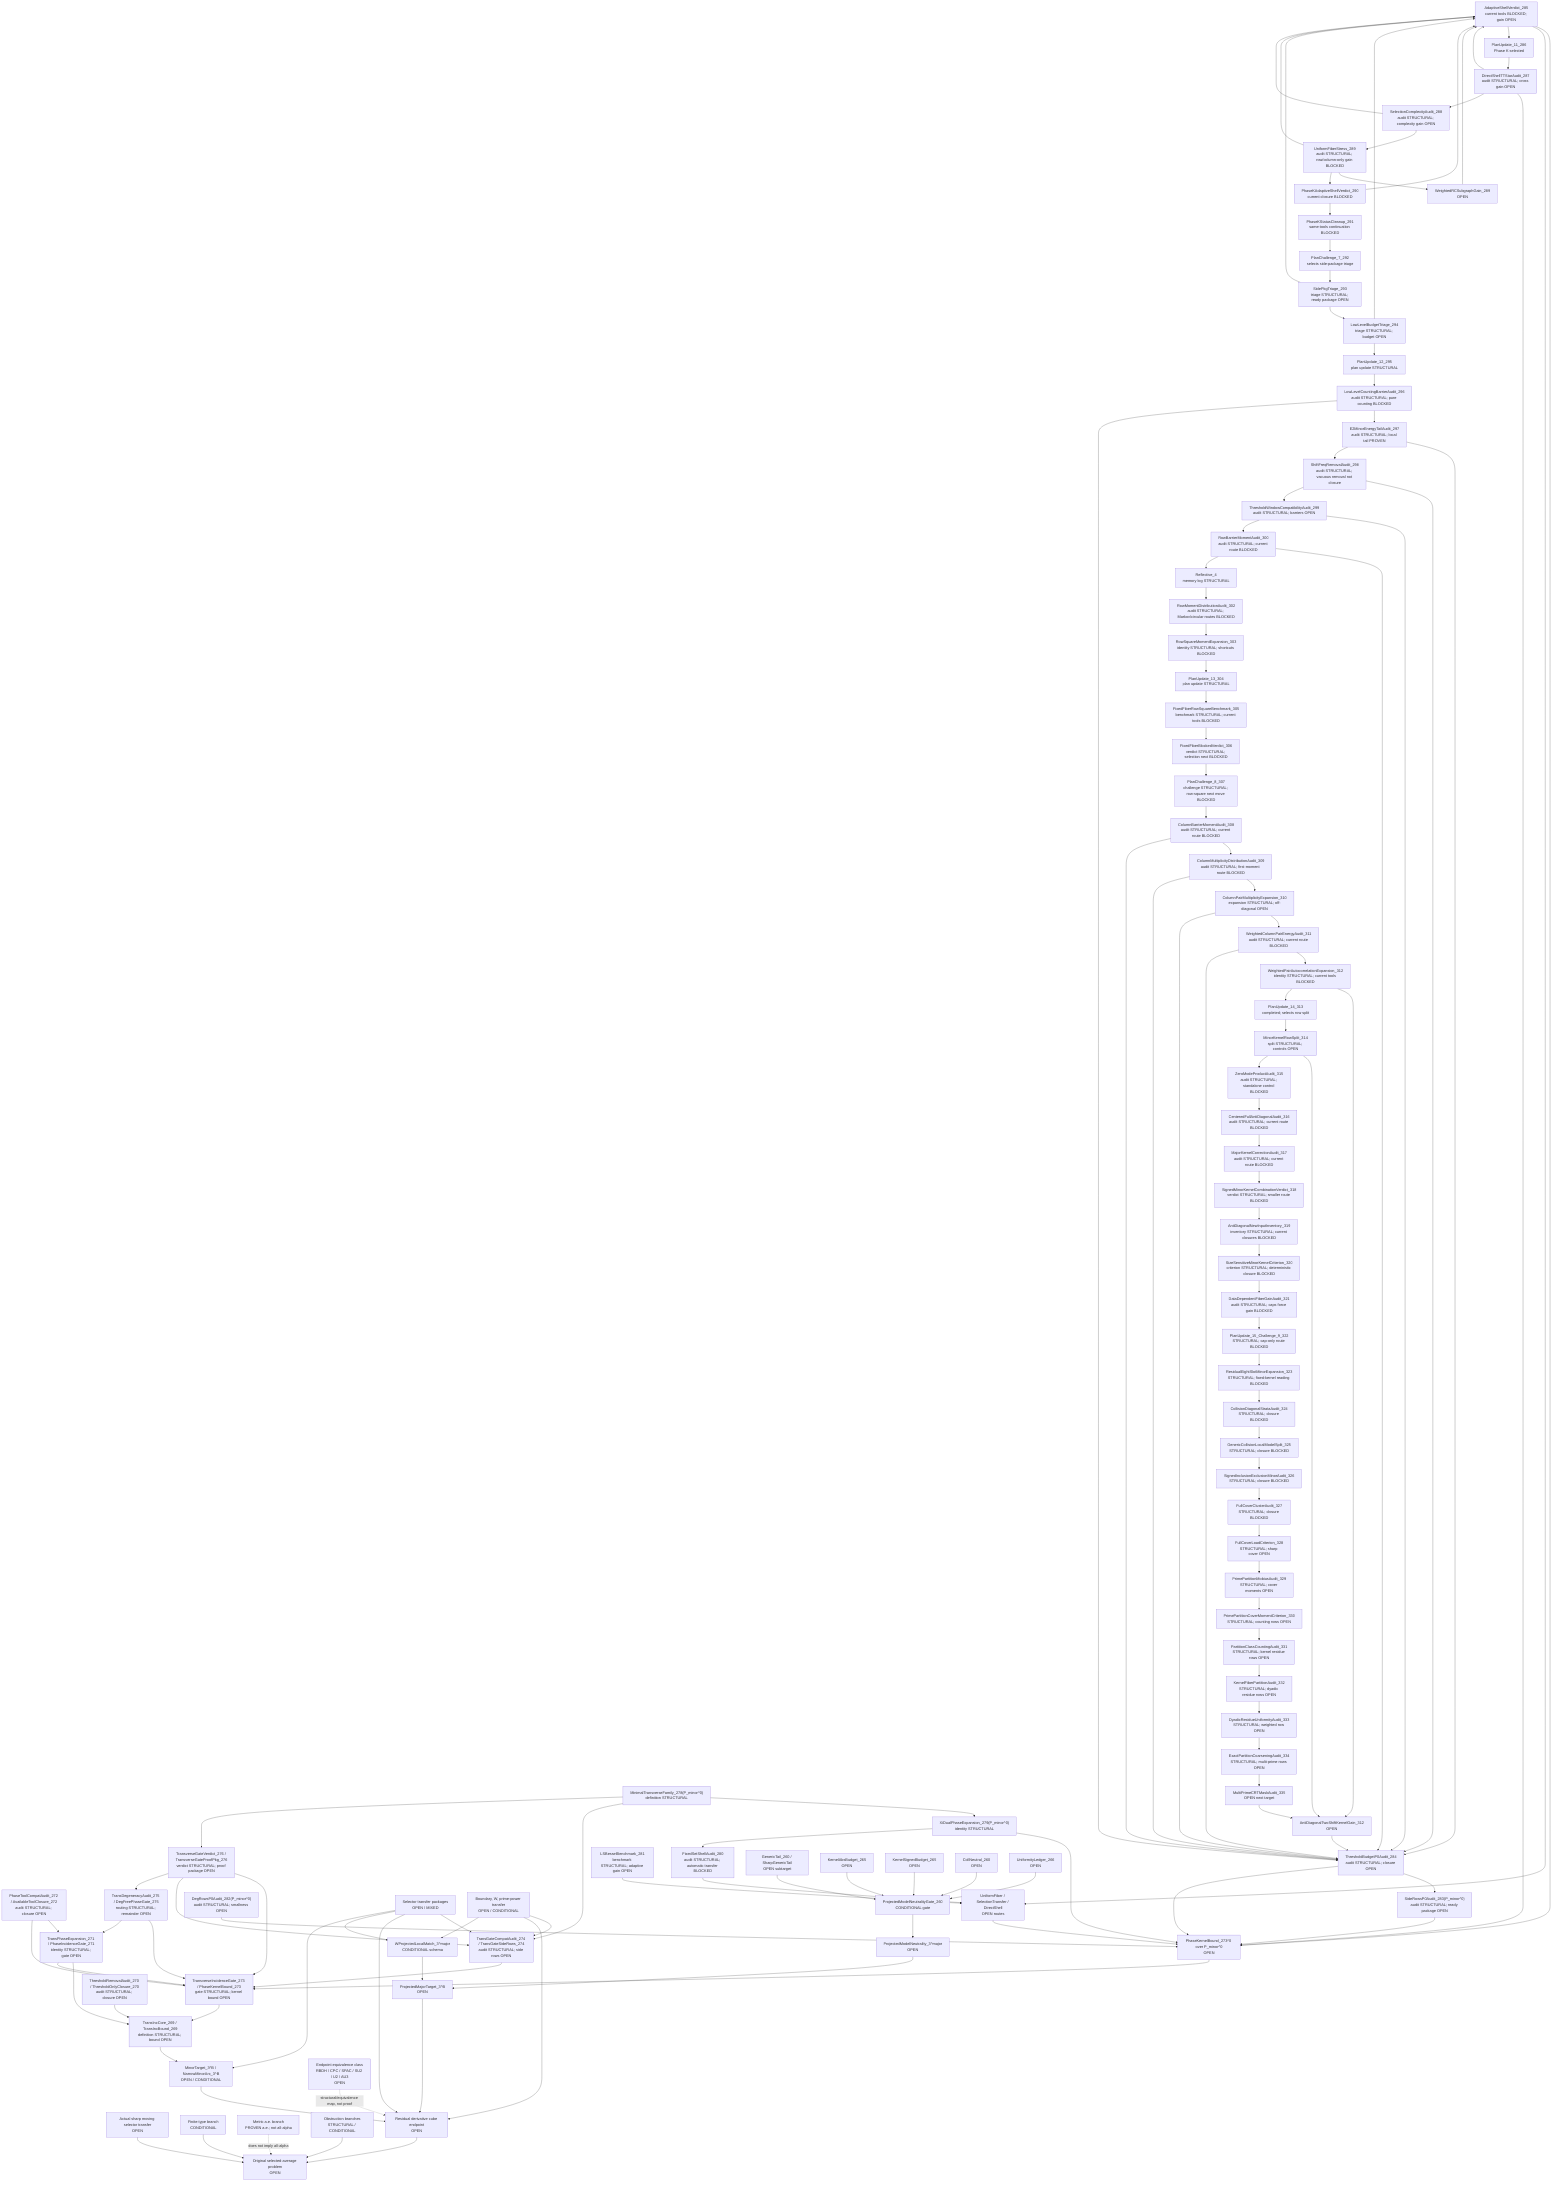
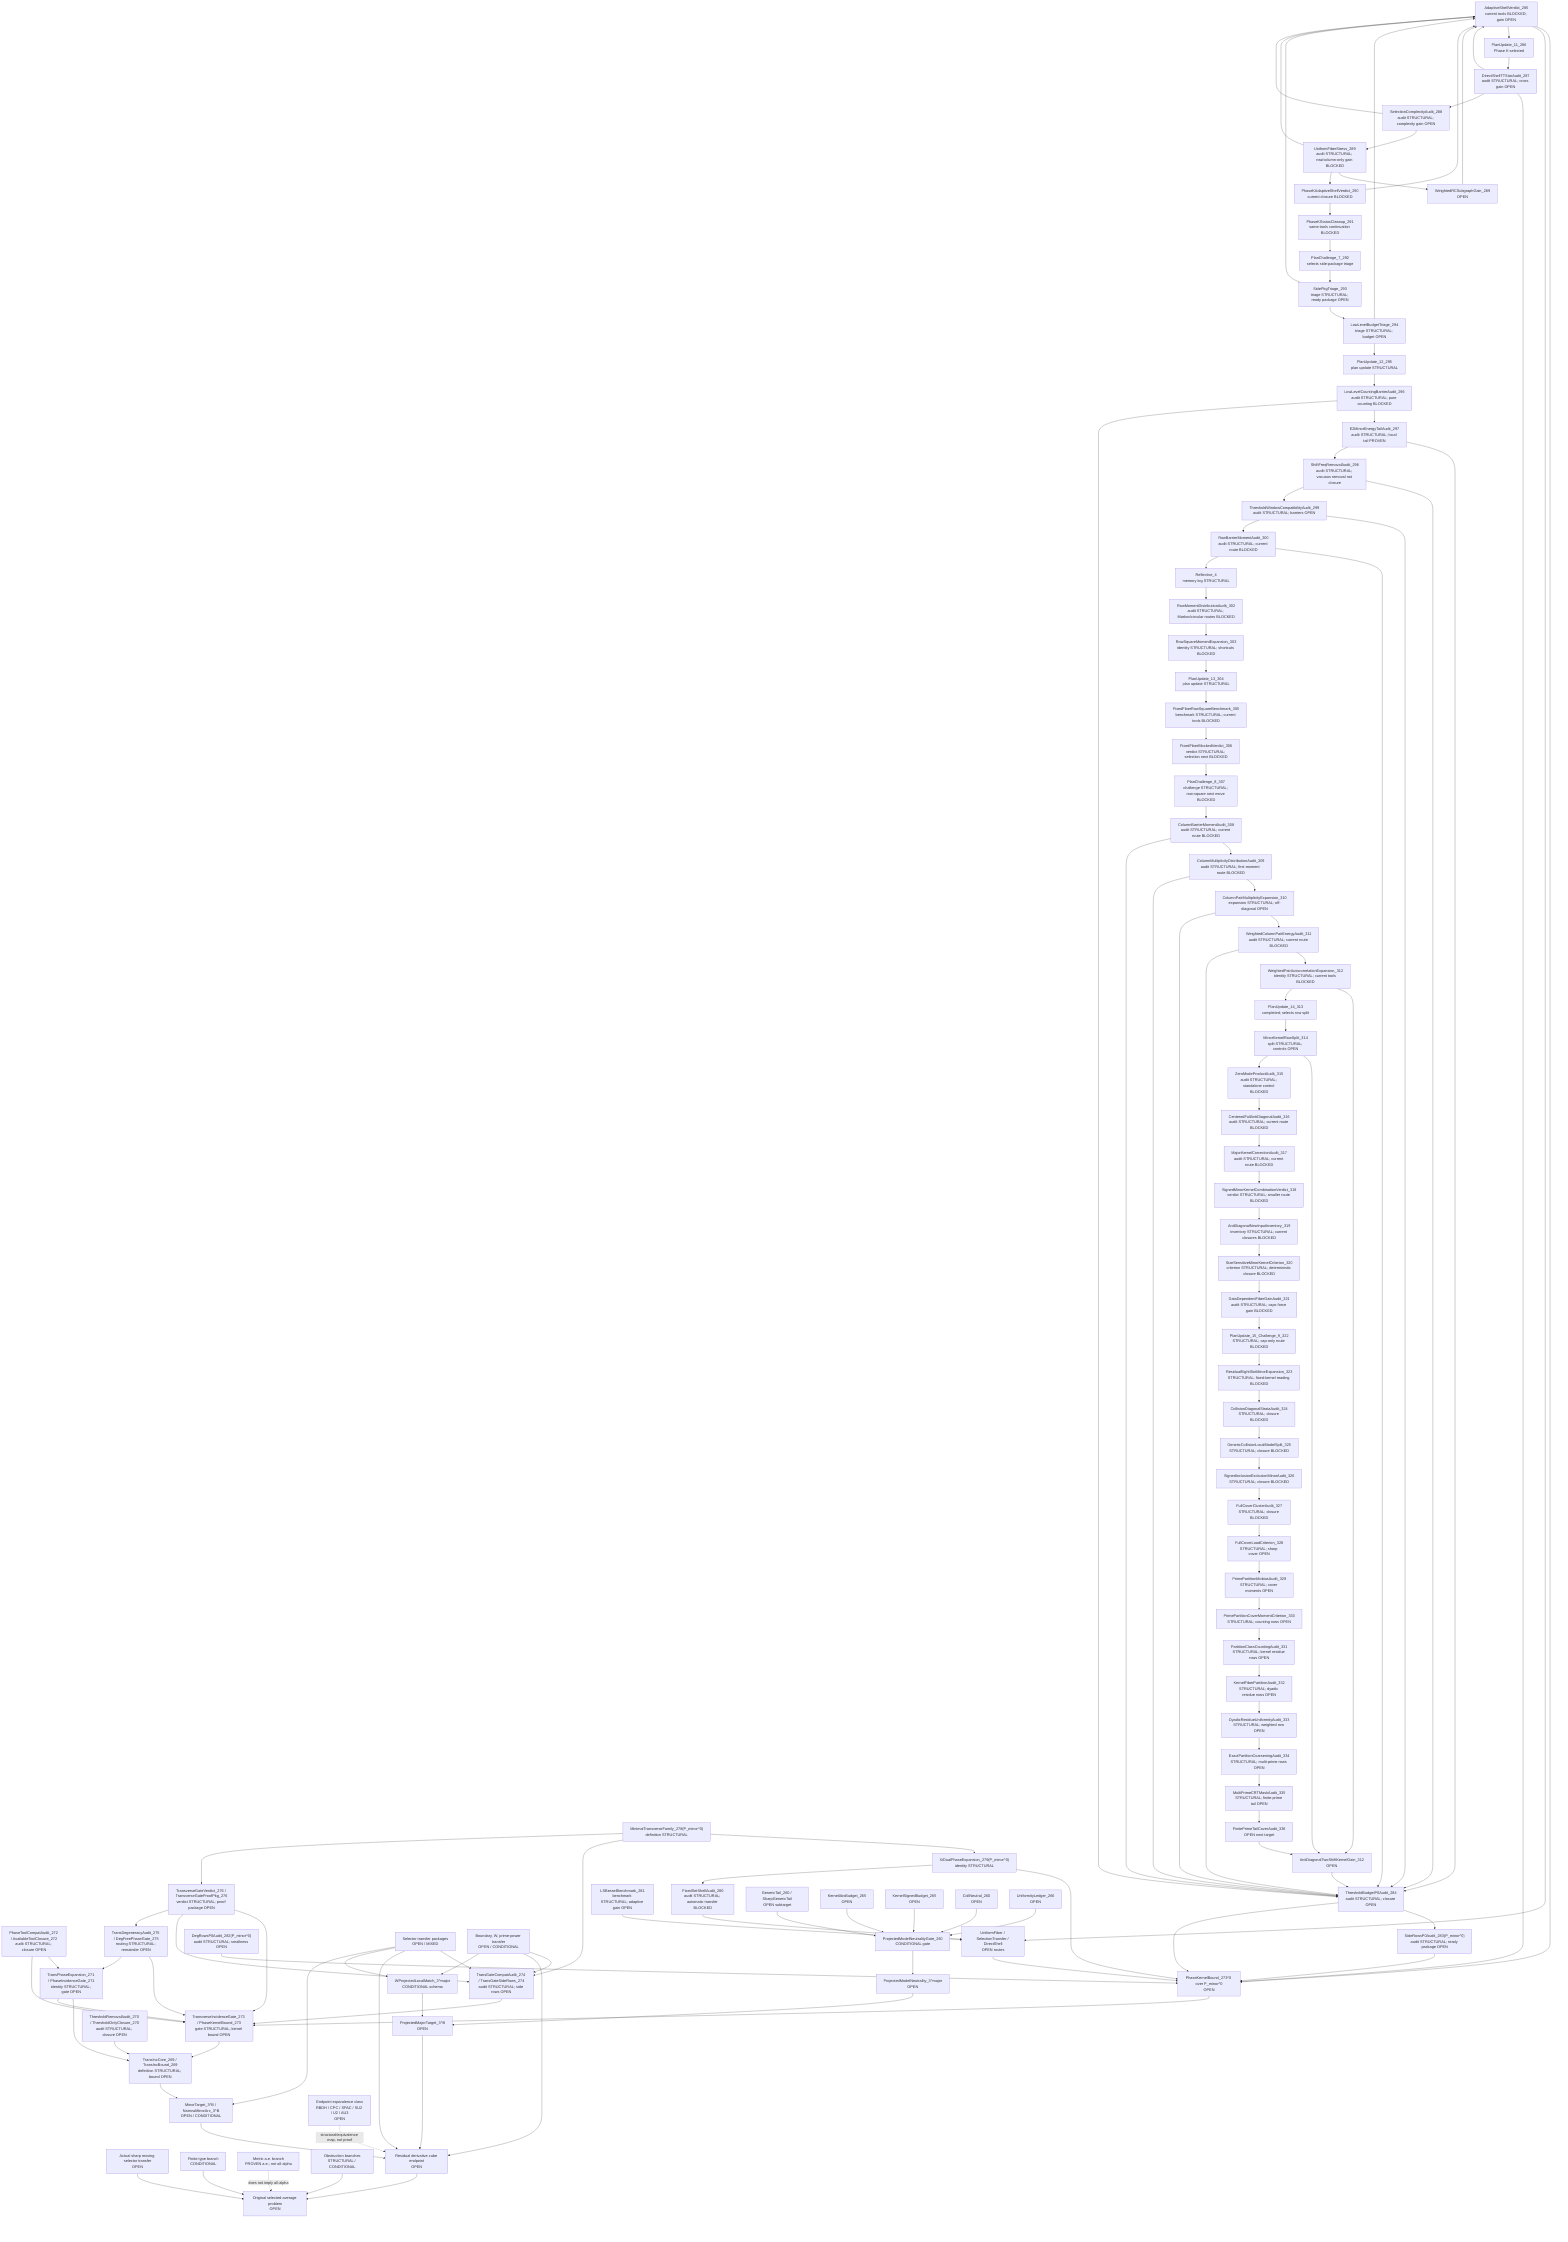
flowchart TD
  Original["Original selected-average problem<br/>OPEN"]
  SharpSel["Actual sharp moving selector transfer<br/>OPEN"]
  FiniteType["Finite-type branch<br/>CONDITIONAL"]
  Metric["Metric a.e. branch<br/>PROVEN a.e.; not all-alpha"]
  Obstruction["Obstruction branches<br/>STRUCTURAL / CONDITIONAL"]

  ResCube["Residual derivative cube endpoint<br/>OPEN"]
  MajorTarget["ProjectedMajorTarget_3^B<br/>OPEN"]
  MinorTarget["MinorTarget_3^B / NarrowMinorArc_3^B<br/>OPEN / CONDITIONAL"]
  TransInc["TransIncCore_269 / TransIncBound_269<br/>definition STRUCTURAL; bound OPEN"]
  ThresholdAudit["ThresholdRemovalAudit_270 / ThresholdOnlyClosure_270<br/>audit STRUCTURAL; closure OPEN"]
  PhaseExpansion["TransPhaseExpansion_271 / PhaseIncidenceGate_271<br/>identity STRUCTURAL; gate OPEN"]
  ToolCompat["PhaseToolCompatAudit_272 / AvailableToolClosure_272<br/>audit STRUCTURAL; closure OPEN"]
  TransGate["TransverseIncidenceGate_273 / PhaseKernelBound_273<br/>gate STRUCTURAL; kernel bound OPEN"]
  TransGateCompat["TransGateCompatAudit_274 / TransGateSideRows_274<br/>audit STRUCTURAL; side rows OPEN"]
  DegAudit["TransDegeneracyAudit_275 / DegFreePhaseGate_275<br/>routing STRUCTURAL; remainder OPEN"]
  TransVerdict["TransverseGateVerdict_276 / TransverseGateProofPkg_276<br/>verdict STRUCTURAL; proof package OPEN"]
  MinTransFamily["MinimalTransverseFamily_278(P_minor^0)<br/>definition STRUCTURAL"]
  XiExpansion["XiDualPhaseExpansion_279(P_minor^0)<br/>identity STRUCTURAL"]
  FixedShellAudit["FixedSetShellAudit_280<br/>audit STRUCTURAL; automatic transfer BLOCKED"]
  FixedShellTransfer["UniformFiber / SelectionTransfer / DirectShell<br/>OPEN routes"]
  LSBesselBench["LSBesselBenchmark_281<br/>benchmark STRUCTURAL; adaptive gain OPEN"]
  DegRowsP0["DegRowsP0Audit_282(P_minor^0)<br/>audit STRUCTURAL; smallness OPEN"]
  SideRowsP0["SideRowsP0Audit_283(P_minor^0)<br/>audit STRUCTURAL; ready package OPEN"]
  ThresholdP0["ThresholdBudgetP0Audit_284<br/>audit STRUCTURAL; closure OPEN"]
  AdaptiveShellP0["AdaptiveShellVerdict_285<br/>current tools BLOCKED; gain OPEN"]
  PlanUpdate11["PlanUpdate_11_286<br/>Phase K selected"]
  DirectTTStar["DirectShellTTStarAudit_287<br/>audit STRUCTURAL; cross gain OPEN"]
  SelectionComplexity["SelectionComplexityAudit_288<br/>audit STRUCTURAL; complexity gain OPEN"]
  UniformFiberStress["UniformFiberStress_289<br/>audit STRUCTURAL; row/column-only gain BLOCKED"]
  WeightedRCSubgraph["WeightedRCSubgraphGain_289<br/>OPEN"]
  AdaptiveVerdict290["PhaseKAdaptiveShellVerdict_290<br/>current closure BLOCKED"]
  PhaseKCleanup291["PhaseKStatusCleanup_291<br/>same-tools continuation BLOCKED"]
  PlanChallenge7["PlanChallenge_7_292<br/>selects side-package triage"]
  SidePkgTriage293["SidePkgTriage_293<br/>triage STRUCTURAL; ready package OPEN"]
  LowLevelTriage294["LowLevelBudgetTriage_294<br/>triage STRUCTURAL; budget OPEN"]
  PlanUpdate12["PlanUpdate_12_295<br/>plan update STRUCTURAL"]
  LowLevelBarrier296["LowLevelCountingBarrierAudit_296<br/>audit STRUCTURAL; pure counting BLOCKED"]
  E2Tail297["E2MinorEnergyTailAudit_297<br/>audit STRUCTURAL; local tail PROVEN"]
  ShiftFreq298["ShiftFreqRemovalAudit_298<br/>audit STRUCTURAL; vacuous removal not closure"]
  ThresholdWindow299["ThresholdWindowCompatibilityAudit_299<br/>audit STRUCTURAL; barriers OPEN"]
  RowBarrier300["RowBarrierMomentAudit_300<br/>audit STRUCTURAL; current route BLOCKED"]
  Reflective4["Reflective_4<br/>memory log STRUCTURAL"]
  RowMoment302["RowMomentDistributionAudit_302<br/>audit STRUCTURAL; Markov/circular routes BLOCKED"]
  RowSquare303["RowSquareMomentExpansion_303<br/>identity STRUCTURAL; shortcuts BLOCKED"]
  PlanUpdate13["PlanUpdate_13_304<br/>plan update STRUCTURAL"]
  FixedFiber305["FixedFiberRowSquareBenchmark_305<br/>benchmark STRUCTURAL; current tools BLOCKED"]
  FixedFiber306["FixedFiberBlockedVerdict_306<br/>verdict STRUCTURAL; selection next BLOCKED"]
  PlanChallenge8["PlanChallenge_8_307<br/>challenge STRUCTURAL; row-square next move BLOCKED"]
  ColumnBarrier308["ColumnBarrierMomentAudit_308<br/>audit STRUCTURAL; current route BLOCKED"]
  ColumnDist309["ColumnMultiplicityDistributionAudit_309<br/>audit STRUCTURAL; first-moment route BLOCKED"]
  ColumnPair310["ColumnPairMultiplicityExpansion_310<br/>expansion STRUCTURAL; off-diagonal OPEN"]
  WPair311["WeightedColumnPairEnergyAudit_311<br/>audit STRUCTURAL; current route BLOCKED"]
  AutoCorr312["WeightedPairAutocorrelationExpansion_312<br/>identity STRUCTURAL; current tools BLOCKED"]
  AntiDiag312["AntiDiagonalTwoShiftKernelGain_312<br/>OPEN"]
  PlanUpdate14["PlanUpdate_14_313<br/>completed; selects row split"]
  MinorKernel314["MinorKernelRowSplit_314<br/>split STRUCTURAL; controls OPEN"]
  ZeroAudit315["ZeroModeProductAudit_315<br/>audit STRUCTURAL; standalone control BLOCKED"]
  CenteredFull316["CenteredFullAntiDiagonalAudit_316<br/>audit STRUCTURAL; current route BLOCKED"]
  MajorCorr317["MajorKernelCorrectionAudit_317<br/>audit STRUCTURAL; current route BLOCKED"]
  SignedVerdict318["SignedMinorKernelCombinationVerdict_318<br/>verdict STRUCTURAL; smaller route BLOCKED"]
  NewInput319["AntiDiagonalNewInputInventory_319<br/>inventory STRUCTURAL; current closures BLOCKED"]
  SizeSensitive320["SizeSensitiveMinorKernelCriterion_320<br/>criterion STRUCTURAL; deterministic closure BLOCKED"]
  FiberGain321["DataDependentFiberGainAudit_321<br/>audit STRUCTURAL; caps force gain BLOCKED"]
  Plan322["PlanUpdate_15_Challenge_9_322<br/>STRUCTURAL; cap-only route BLOCKED"]
  ResidualEight323["ResidualEightSlotMinorExpansion_323<br/>STRUCTURAL; fixed-kernel reading BLOCKED"]
  Collision324["CollisionDiagonalStrataAudit_324<br/>STRUCTURAL; closure BLOCKED"]
  GenericSplit325["GenericCollisionLocalModelSplit_325<br/>STRUCTURAL; closure BLOCKED"]
  SignedIE326["SignedInclusionExclusionMinorAudit_326<br/>STRUCTURAL; closure BLOCKED"]
  FullCover327["FullCoverClusterAudit_327<br/>STRUCTURAL; closure BLOCKED"]
  CoverLoad328["FullCoverLoadCriterion_328<br/>STRUCTURAL; sharp cover OPEN"]
  PrimeMobius329["PrimePartitionMobiusAudit_329<br/>STRUCTURAL; cover moments OPEN"]
  CoverMoment330["PrimePartitionCoverMomentCriterion_330<br/>STRUCTURAL; counting rows OPEN"]
  PartitionCount331["PartitionClassCountingAudit_331<br/>STRUCTURAL; kernel residue rows OPEN"]
  KernelFiber332["KernelFiberPartitionAudit_332<br/>STRUCTURAL; dyadic residue rows OPEN"]
  Dyadic333["DyadicResidueUniformityAudit_333<br/>STRUCTURAL; weighted row OPEN"]
  Coarsening334["ExactPartitionCoarseningAudit_334<br/>STRUCTURAL; multi-prime rows OPEN"]
-   CRTMask335["MultiPrimeCRTMaskAudit_335<br/>OPEN next target"]
+   CRTMask335["MultiPrimeCRTMaskAudit_335<br/>STRUCTURAL; finite-prime tail OPEN"]
+   Tail336["FinitePrimeTailCoverAudit_336<br/>OPEN next target"]
  PhaseKernel0["PhaseKernelBound_273^0 over P_minor^0<br/>OPEN"]
  SelectorTransfer["Selector transfer packages<br/>OPEN / MIXED"]
  BoundaryTransfer["Boundary, W, prime-power transfer<br/>OPEN / CONDITIONAL"]

  WLocal["WProjectedLocalMatch_3^major<br/>CONDITIONAL schema"]
  ModelNeutral["ProjectedModelNeutrality_3^major<br/>OPEN"]
  PMNGate["ProjectedModelNeutralityGate_260<br/>CONDITIONAL gate"]
  GenericTail["GenericTail_260 / SharpGenericTail<br/>OPEN subtarget"]
  KernelAbs["KernelAbsBudget_265<br/>OPEN"]
  KernelSigned["KernelSignedBudget_265<br/>OPEN"]
  CollNeutral["CollNeutral_260<br/>OPEN"]
  Uniformity["UniformityLedger_266<br/>OPEN"]

  EndpointClass["Endpoint equivalence class<br/>RBDH / CPC / SPAC / SU2 / U2 / AU3<br/>OPEN"]

  SharpSel --> Original
  FiniteType --> Original
  Obstruction --> Original
  ResCube --> Original
  Metric -. "does not imply all-alpha" .-> Original

  MajorTarget --> ResCube
  MinorTarget --> ResCube
  TransInc --> MinorTarget
  ThresholdAudit --> TransInc
  PhaseExpansion --> TransInc
  ToolCompat --> PhaseExpansion
  TransGate --> TransInc
  PhaseExpansion --> TransGate
  ToolCompat --> TransGate
  TransGateCompat --> TransGate
  SelectorTransfer --> TransGateCompat
  BoundaryTransfer --> TransGateCompat
  DegAudit --> TransGate
  DegAudit --> PhaseExpansion
  TransVerdict --> TransGate
  TransVerdict --> TransGateCompat
  TransVerdict --> DegAudit
  PhaseKernel0 --> TransGate
  MinTransFamily --> XiExpansion
  XiExpansion --> PhaseKernel0
  XiExpansion --> FixedShellAudit
  FixedShellAudit --> FixedShellTransfer
  FixedShellTransfer --> PhaseKernel0
  LSBesselBench --> FixedShellTransfer
  DegRowsP0 --> PhaseKernel0
  SideRowsP0 --> PhaseKernel0
  ThresholdP0 --> SideRowsP0
  ThresholdP0 --> PhaseKernel0
  AdaptiveShellP0 --> PhaseKernel0
  AdaptiveShellP0 --> FixedShellTransfer
  AdaptiveShellP0 --> PlanUpdate11
  PlanUpdate11 --> DirectTTStar
  DirectTTStar --> AdaptiveShellP0
  DirectTTStar --> PhaseKernel0
  DirectTTStar --> SelectionComplexity
  SelectionComplexity --> UniformFiberStress
  SelectionComplexity --> AdaptiveShellP0
  UniformFiberStress --> WeightedRCSubgraph
  WeightedRCSubgraph --> AdaptiveShellP0
  UniformFiberStress --> AdaptiveVerdict290
  UniformFiberStress --> AdaptiveShellP0
  AdaptiveVerdict290 --> AdaptiveShellP0
  AdaptiveVerdict290 --> PhaseKCleanup291
  PhaseKCleanup291 --> PlanChallenge7
  PlanChallenge7 --> SidePkgTriage293
  SidePkgTriage293 --> LowLevelTriage294
  SidePkgTriage293 --> AdaptiveShellP0
  LowLevelTriage294 --> AdaptiveShellP0
  LowLevelTriage294 --> PlanUpdate12
  PlanUpdate12 --> LowLevelBarrier296
  LowLevelBarrier296 --> E2Tail297
  LowLevelBarrier296 --> ThresholdP0
  E2Tail297 --> ThresholdP0
  E2Tail297 --> ShiftFreq298
  ShiftFreq298 --> ThresholdP0
  ShiftFreq298 --> ThresholdWindow299
  ThresholdWindow299 --> ThresholdP0
  ThresholdWindow299 --> RowBarrier300
  RowBarrier300 --> ThresholdP0
  RowBarrier300 --> Reflective4
  Reflective4 --> RowMoment302
  RowMoment302 --> RowSquare303
  RowSquare303 --> PlanUpdate13
  PlanUpdate13 --> FixedFiber305
  FixedFiber305 --> FixedFiber306
  FixedFiber306 --> PlanChallenge8
  PlanChallenge8 --> ColumnBarrier308
  ColumnBarrier308 --> ColumnDist309
  ColumnDist309 --> ColumnPair310
  ColumnPair310 --> WPair311
  WPair311 --> AutoCorr312
  AutoCorr312 --> AntiDiag312
  AntiDiag312 --> ThresholdP0
  AutoCorr312 --> PlanUpdate14
  PlanUpdate14 --> MinorKernel314
  MinorKernel314 --> AntiDiag312
  MinorKernel314 --> ZeroAudit315
  ZeroAudit315 --> CenteredFull316
  CenteredFull316 --> MajorCorr317
  MajorCorr317 --> SignedVerdict318
  SignedVerdict318 --> NewInput319
  NewInput319 --> SizeSensitive320
  SizeSensitive320 --> FiberGain321
  FiberGain321 --> Plan322
  Plan322 --> ResidualEight323
  ResidualEight323 --> Collision324
  Collision324 --> GenericSplit325
  GenericSplit325 --> SignedIE326
  SignedIE326 --> FullCover327
  FullCover327 --> CoverLoad328
  CoverLoad328 --> PrimeMobius329
  PrimeMobius329 --> CoverMoment330
  CoverMoment330 --> PartitionCount331
  PartitionCount331 --> KernelFiber332
  KernelFiber332 --> Dyadic333
  Dyadic333 --> Coarsening334
  Coarsening334 --> CRTMask335
-   CRTMask335 --> AntiDiag312
+   CRTMask335 --> Tail336
+   Tail336 --> AntiDiag312
  WPair311 --> ThresholdP0
  ColumnPair310 --> ThresholdP0
  ColumnDist309 --> ThresholdP0
  ColumnBarrier308 --> ThresholdP0
  MinTransFamily --> TransGateCompat
  MinTransFamily --> TransVerdict
  SelectorTransfer --> ResCube
  BoundaryTransfer --> ResCube
  EndpointClass -. "structural/equivalence map, not proof" .-> ResCube

  WLocal --> MajorTarget
  ModelNeutral --> MajorTarget

  PMNGate --> ModelNeutral
  GenericTail --> PMNGate
  KernelAbs --> PMNGate
  KernelSigned --> PMNGate
  CollNeutral --> PMNGate
  Uniformity --> PMNGate

  BoundaryTransfer --> WLocal
  SelectorTransfer --> WLocal
  SelectorTransfer --> MinorTarget
